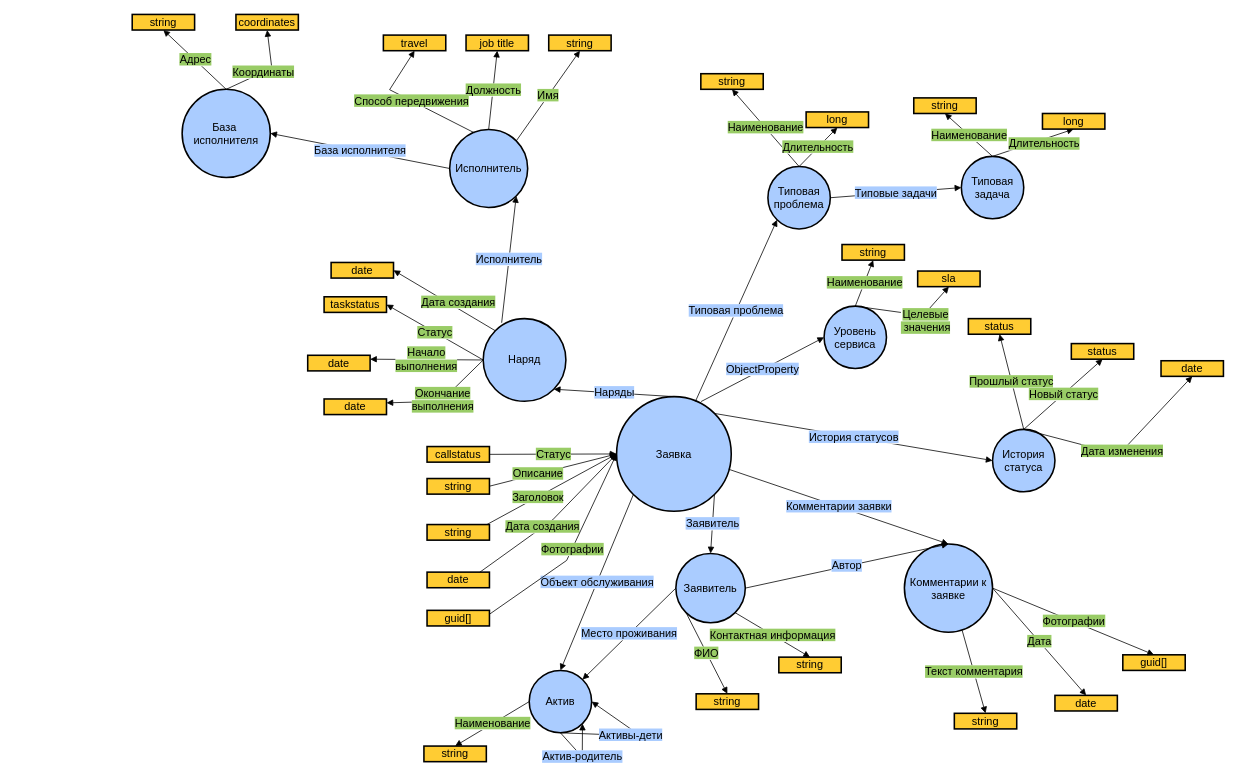
Above: owl.drawio in iamquoz/essen (draw.io), before the change. Source tidied: cells renumbered, new cells numbered last; positions are measured from the earlier drawing's top-left corner, leaving out a move shared by most shapes. Both pictures are drawn from the tidied source at 78%, with x=0, y=0 at pixel (132, 14).
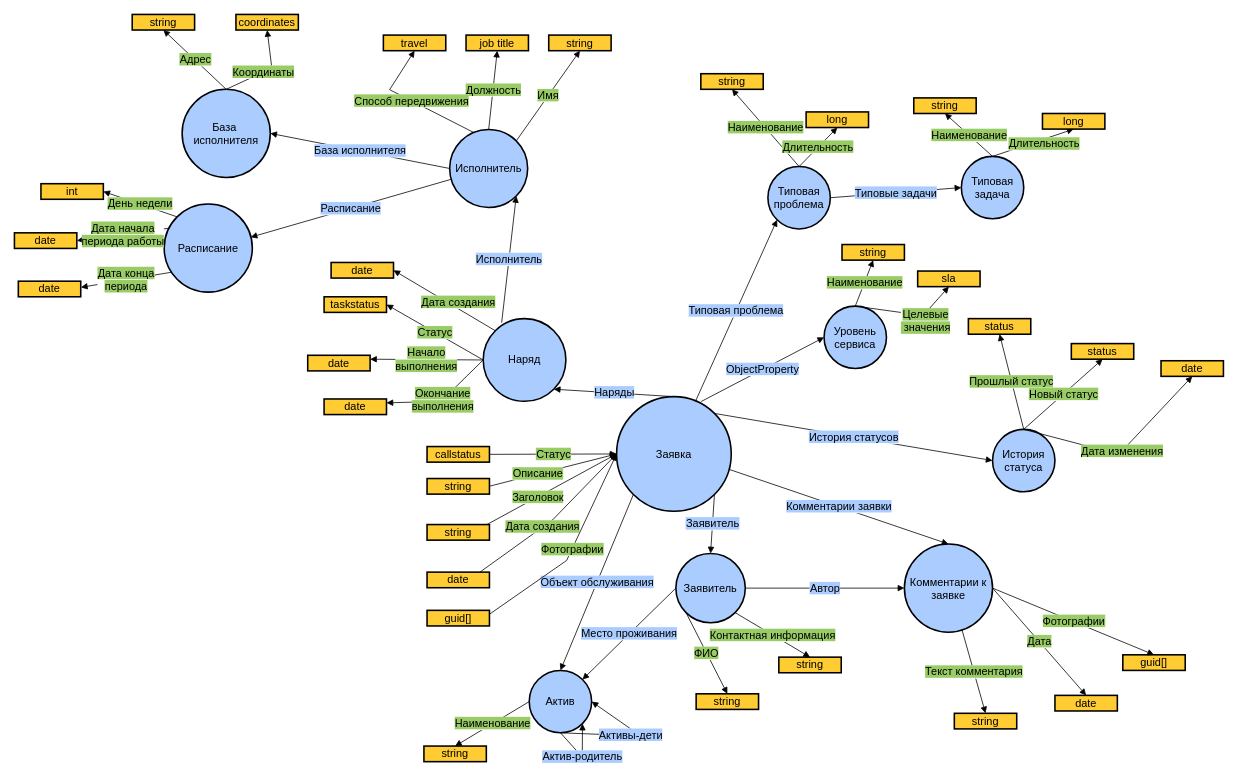
The same page after the edit.

Unchanged cells that the change refers to:
```xml
<mxCell id="4" value="Исполнитель" style="ellipse;whiteSpace=wrap;html=1;rounded=0;shadow=0;glass=0;comic=0;strokeColor=#000000;strokeWidth=2;fillColor=#acf;gradientColor=none;fontSize=14;fontColor=#000000;align=center;" parent="1" vertex="1">
  <mxGeometry x="407" y="147.5" width="100" height="100" as="geometry" />
</mxCell>
<mxCell id="11" value="Комментарии к заявке" style="ellipse;whiteSpace=wrap;html=1;rounded=0;shadow=0;glass=0;comic=0;strokeColor=#000000;strokeWidth=2;fillColor=#acf;gradientColor=none;fontSize=14;fontColor=#000000;align=center;" parent="1" vertex="1">
  <mxGeometry x="990" y="679" width="113" height="113" as="geometry" />
</mxCell>
<mxCell id="23" value="Заявитель" style="ellipse;whiteSpace=wrap;html=1;rounded=0;shadow=0;glass=0;comic=0;strokeColor=#000000;strokeWidth=2;fillColor=#acf;gradientColor=none;fontSize=14;fontColor=#000000;align=center;" parent="1" vertex="1">
  <mxGeometry x="697" y="691" width="89" height="89" as="geometry" />
</mxCell>
```

Diff of the diagram source:
```diff
@@
-    <mxCell id="34" value="&lt;span style=&quot;background-color: rgb(170 , 204 , 255)&quot;&gt;Автор&lt;br&gt;&lt;/span&gt;" style="endArrow=block;html=1;strokeColor=#000000;fontSize=14;fontColor=#000000;endFill=1;rounded=0;exitX=1;exitY=0.5;exitDx=0;exitDy=0;entryX=0.5;entryY=0;entryDx=0;entryDy=0;" parent="1" edge="1" source="23" target="11">
+    <mxCell id="34" value="&lt;span style=&quot;background-color: rgb(170 , 204 , 255)&quot;&gt;Автор&lt;br&gt;&lt;/span&gt;" style="endArrow=block;html=1;strokeColor=#000000;fontSize=14;fontColor=#000000;endFill=1;rounded=0;exitX=1;exitY=0.5;exitDx=0;exitDy=0;entryX=0;entryY=0.5;entryDx=0;entryDy=0;" parent="1" edge="1" source="23" target="11">
       <mxGeometry relative="1" as="geometry" />
     </mxCell>
@@
+    <mxCell id="85" value="Расписание" style="ellipse;whiteSpace=wrap;html=1;rounded=0;shadow=0;glass=0;comic=0;strokeColor=#000000;strokeWidth=2;fillColor=#acf;gradientColor=none;fontSize=14;fontColor=#000000;align=center;" parent="1" vertex="1">
+      <mxGeometry x="41" y="243" width="113" height="113" as="geometry" />
+    </mxCell>
+    <mxCell id="86" value="int" style="whiteSpace=wrap;html=1;rounded=0;shadow=0;glass=0;comic=0;strokeColor=#000000;strokeWidth=2;fillColor=#fc3;gradientColor=none;fontSize=14;fontColor=#000000;align=center;" parent="1" vertex="1">
+      <mxGeometry x="-117" y="217" width="80" height="20" as="geometry" />
+    </mxCell>
+    <mxCell id="87" value="date" style="whiteSpace=wrap;html=1;rounded=0;shadow=0;glass=0;comic=0;strokeColor=#000000;strokeWidth=2;fillColor=#fc3;gradientColor=none;fontSize=14;fontColor=#000000;align=center;" parent="1" vertex="1">
+      <mxGeometry x="-151" y="280" width="80" height="20" as="geometry" />
+    </mxCell>
+    <mxCell id="88" value="date" style="whiteSpace=wrap;html=1;rounded=0;shadow=0;glass=0;comic=0;strokeColor=#000000;strokeWidth=2;fillColor=#fc3;gradientColor=none;fontSize=14;fontColor=#000000;align=center;" parent="1" vertex="1">
+      <mxGeometry x="-146" y="342" width="80" height="20" as="geometry" />
+    </mxCell>
+    <mxCell id="89" value="&lt;span style=&quot;background-color: rgb(153, 204, 102);&quot;&gt;День недели&lt;/span&gt;" style="endArrow=block;html=1;strokeColor=#000000;fontSize=14;fontColor=#000000;endFill=1;rounded=0;exitX=0;exitY=0;exitDx=0;exitDy=0;entryX=1;entryY=0.5;entryDx=0;entryDy=0;" parent="1" edge="1" source="85" target="86">
+      <mxGeometry relative="1" as="geometry" />
+    </mxCell>
+    <mxCell id="90" value="&lt;span style=&quot;background-color: rgb(153 , 204 , 102)&quot;&gt;Дата начала&lt;br&gt;периода работы&lt;br&gt;&lt;/span&gt;" style="endArrow=block;html=1;strokeColor=#000000;fontSize=14;fontColor=#000000;endFill=1;rounded=0;exitX=0.049;exitY=0.276;exitDx=0;exitDy=0;exitPerimeter=0;entryX=1;entryY=0.5;entryDx=0;entryDy=0;" parent="1" edge="1" source="85" target="87">
+      <mxGeometry relative="1" as="geometry" />
+    </mxCell>
+    <mxCell id="91" value="&lt;span style=&quot;background-color: rgb(153 , 204 , 102)&quot;&gt;Дата конца&lt;br&gt;периода&lt;br&gt;&lt;/span&gt;" style="endArrow=block;html=1;strokeColor=#000000;fontSize=14;fontColor=#000000;endFill=1;rounded=0;exitX=0.08;exitY=0.775;exitDx=0;exitDy=0;exitPerimeter=0;entryX=1.003;entryY=0.393;entryDx=0;entryDy=0;entryPerimeter=0;" parent="1" edge="1" source="85" target="88">
+      <mxGeometry relative="1" as="geometry" />
+    </mxCell>
+    <mxCell id="92" value="&lt;span style=&quot;background-color: rgb(170 , 204 , 255)&quot;&gt;Расписание&lt;/span&gt;" style="endArrow=block;html=1;strokeColor=#000000;fontSize=14;fontColor=#000000;endFill=1;rounded=0;entryX=0.981;entryY=0.377;entryDx=0;entryDy=0;entryPerimeter=0;" parent="1" edge="1" source="4" target="85">
+      <mxGeometry relative="1" as="geometry" />
+    </mxCell>
```
